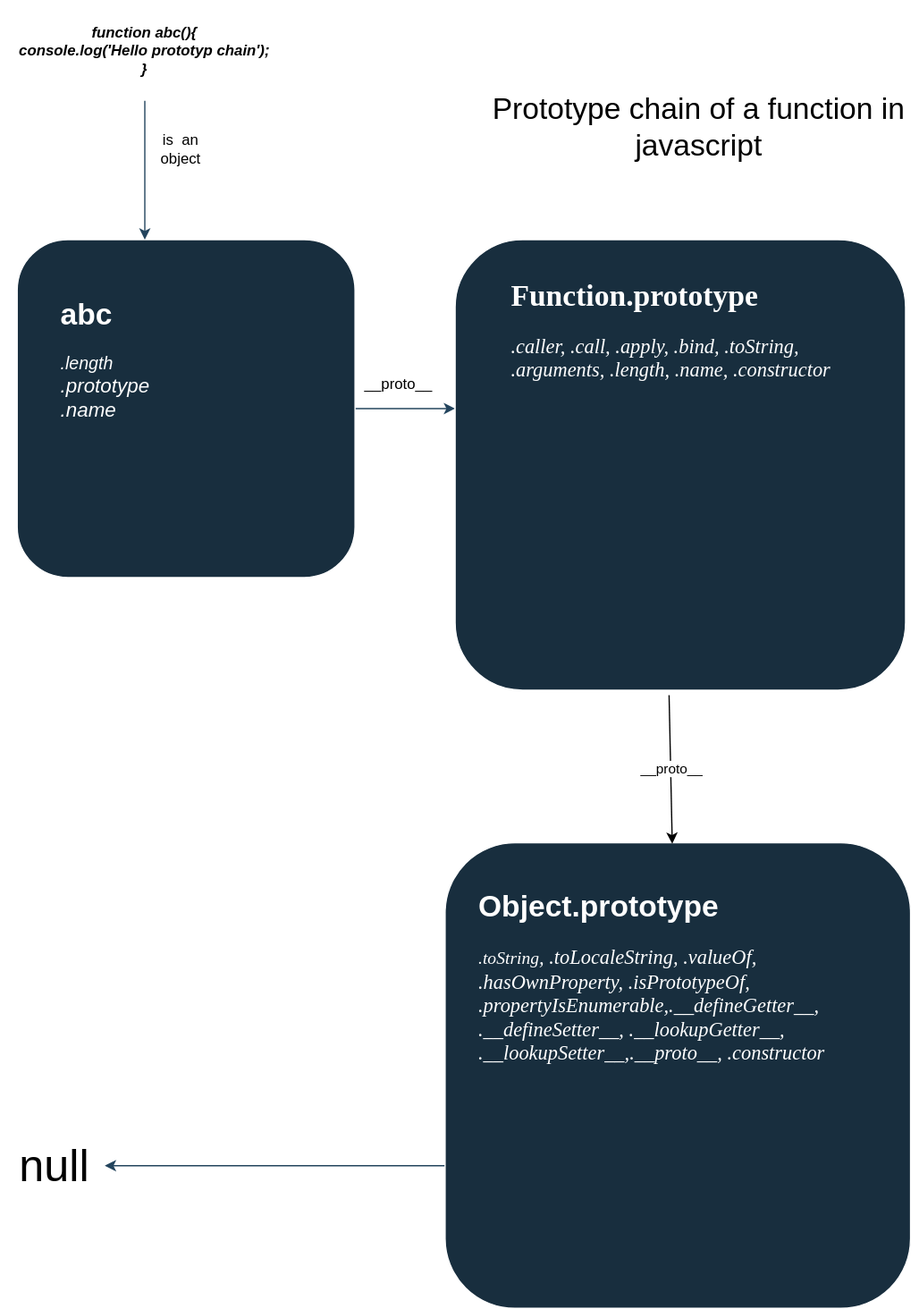
Earlier version of the draw.io export prototype-chain-svgs/function-prototype-chain.svg (nishantatgit/some-js-things). Source tidied: cells renumbered, new cells last; positions are measured from the earlier drawing's top-left corner, leaving out a move shared by most shapes.
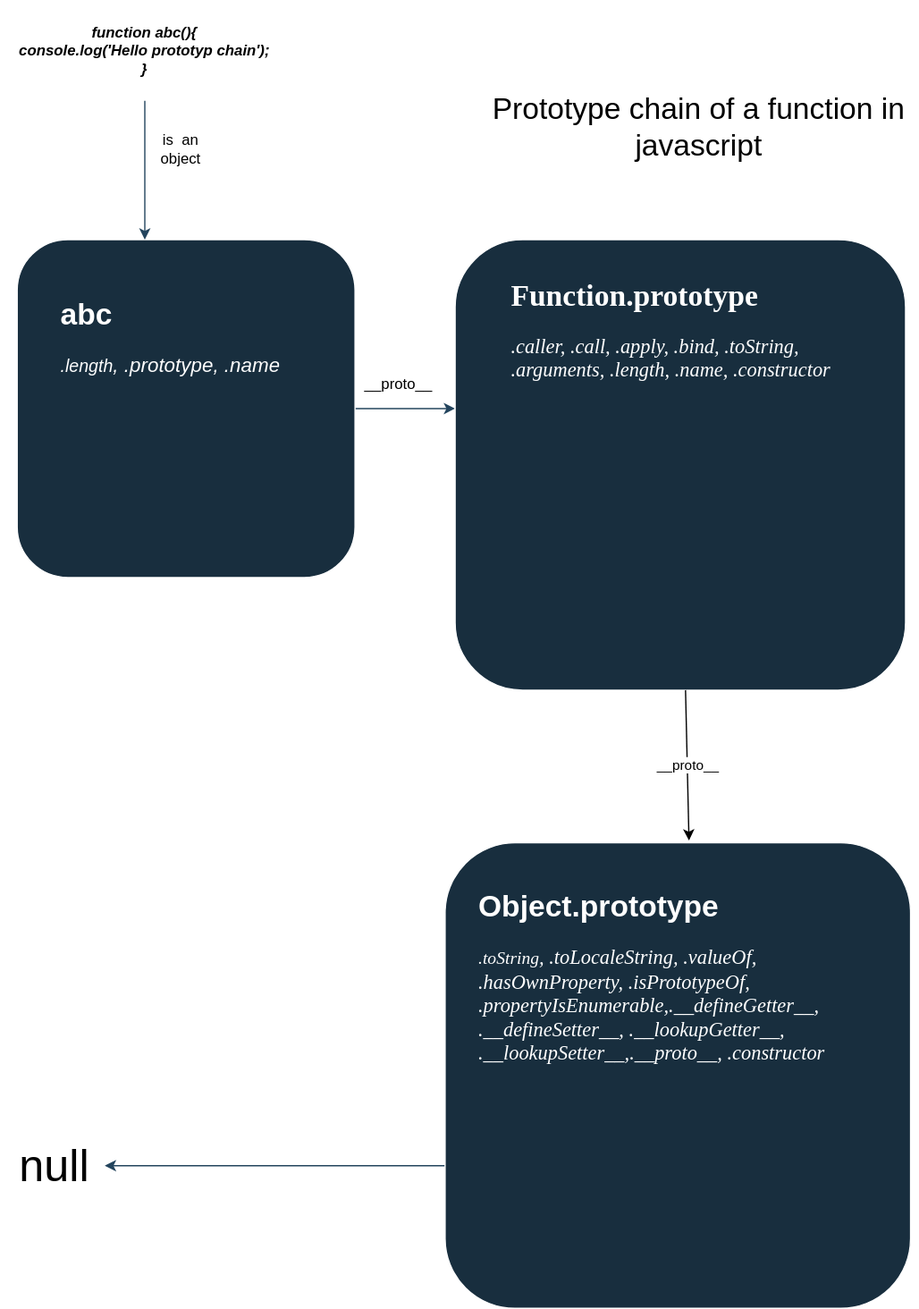
After the change.

Diff of the diagram source:
```diff
@@ -39,7 +39,7 @@
     <mxCell id="8" value="function abc(){&lt;br&gt;console.log('Hello prototyp chain');&lt;br&gt;}" style="text;html=1;strokeColor=none;fillColor=none;align=center;verticalAlign=middle;whiteSpace=wrap;rounded=1;fontStyle=3;" parent="1" vertex="1">
       <mxGeometry width="230" height="80" as="geometry" />
     </mxCell>
-    <mxCell id="9" value="&lt;h1&gt;abc&lt;br&gt;&lt;/h1&gt;&lt;div&gt;&lt;font style=&quot;font-size: 14px&quot;&gt;&lt;i&gt;&lt;font style=&quot;font-size: 14px&quot;&gt;.length&lt;/font&gt;&lt;/i&gt;&lt;/font&gt;&lt;/div&gt;&lt;div&gt;&lt;font size=&quot;3&quot;&gt;&lt;i&gt;.prototype&lt;br&gt;.name&lt;/i&gt;&lt;/font&gt;&lt;br&gt;&lt;/div&gt;" style="text;html=1;strokeColor=none;fillColor=none;spacing=5;spacingTop=-20;whiteSpace=wrap;overflow=hidden;rounded=1;fontColor=#FFFFFF;" parent="1" vertex="1">
+    <mxCell id="9" value="&lt;h1&gt;abc&lt;br&gt;&lt;/h1&gt;&lt;div&gt;&lt;font style=&quot;font-size: 14px&quot;&gt;&lt;i&gt;&lt;font style=&quot;font-size: 14px&quot;&gt;.&lt;font style=&quot;font-size: 14px&quot;&gt;length&lt;/font&gt;&lt;/font&gt;&lt;/i&gt;&lt;/font&gt;&lt;font size=&quot;3&quot;&gt;&lt;i&gt;, .prototype, .name&lt;/i&gt;&lt;/font&gt;&lt;br&gt;&lt;/div&gt;" style="text;html=1;strokeColor=none;fillColor=none;spacing=5;spacingTop=-20;whiteSpace=wrap;overflow=hidden;rounded=1;fontColor=#FFFFFF;" parent="1" vertex="1">
       <mxGeometry x="43" y="231" width="190" height="120" as="geometry" />
     </mxCell>
     <mxCell id="10" value="&lt;h1&gt;&lt;font style=&quot;font-size: 18px&quot; face=&quot;Verdana&quot;&gt;&lt;font style=&quot;font-size: 24px&quot;&gt;Function.prototype&lt;/font&gt;&lt;br&gt;&lt;/font&gt;&lt;/h1&gt;&lt;p&gt;&lt;font size=&quot;3&quot;&gt;&lt;font face=&quot;Verdana&quot;&gt;&lt;i&gt;.caller, .call, .apply, .bind, .toString, .arguments, .length, .name, .constructor&lt;br&gt;&lt;/i&gt;&lt;/font&gt;&lt;/font&gt;&lt;/p&gt;" style="text;html=1;strokeColor=none;fillColor=none;spacing=5;spacingTop=-20;whiteSpace=wrap;overflow=hidden;rounded=1;fontColor=#FFFFFF;" parent="1" vertex="1">
@@ -60,7 +60,7 @@
     <mxCell id="15" value="is&amp;nbsp; an object" style="text;html=1;strokeColor=none;fillColor=none;align=center;verticalAlign=middle;whiteSpace=wrap;rounded=0;sketch=0;fontColor=#000000;" parent="1" vertex="1">
       <mxGeometry x="124" y="109" width="40" height="20" as="geometry" />
     </mxCell>
-    <mxCell id="16" style="endArrow=classic;html=1;exitX=0.475;exitY=1.011;exitDx=0;exitDy=0;exitPerimeter=0;entryX=0.488;entryY=0.002;entryDx=0;entryDy=0;entryPerimeter=0;" parent="1" edge="1" source="4" target="6">
+    <mxCell id="16" style="endArrow=classic;html=1;entryX=0.524;entryY=-0.005;entryDx=0;entryDy=0;entryPerimeter=0;" parent="1" edge="1" source="4" target="6">
       <mxGeometry relative="1" as="geometry" />
     </mxCell>
     <mxCell id="17" value="__proto__" style="edgeLabel;html=1;align=center;verticalAlign=middle;" parent="16" vertex="1">
```
